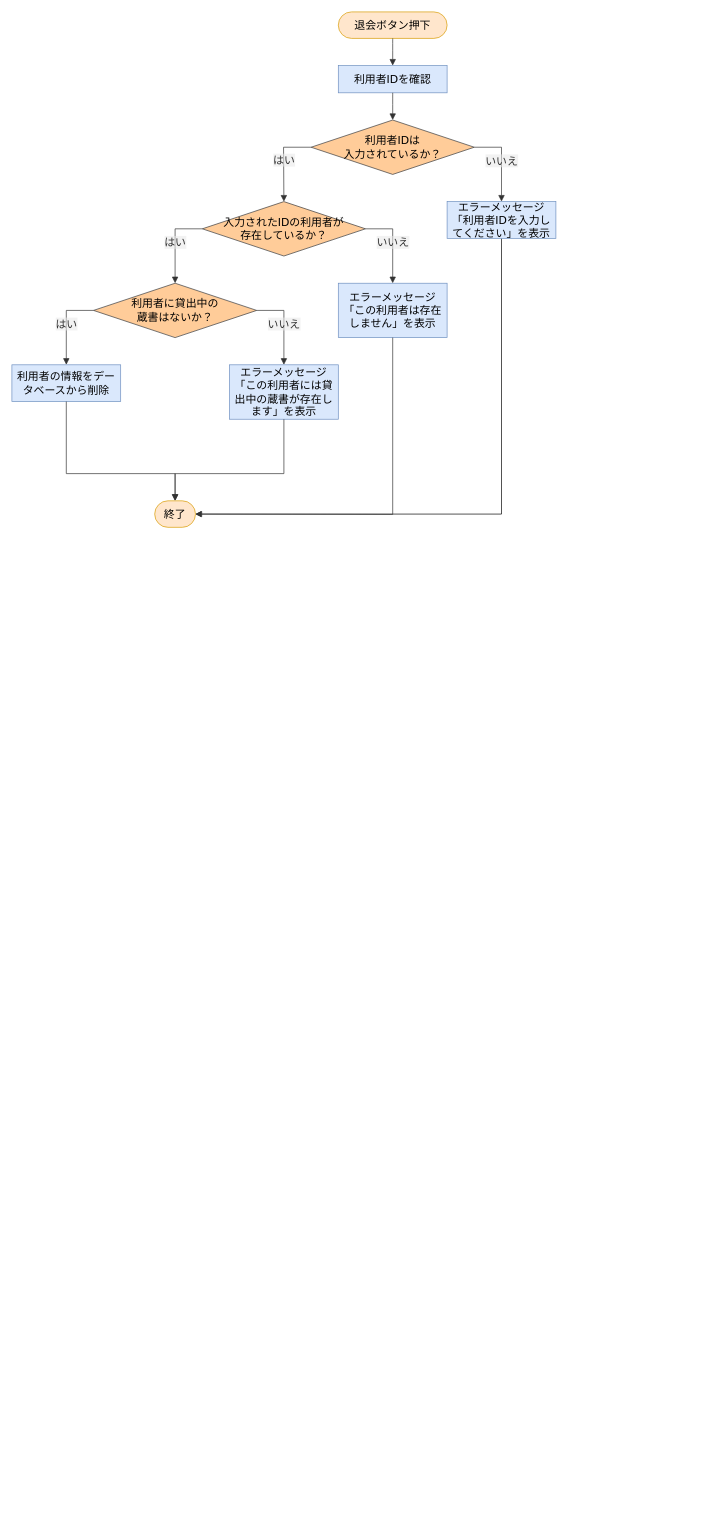
Before: 詳細設計書/7班/flowchart/利用者退会.drawio in rs002421-creator/-, a draw.io diagram. Source tidied: cells renumbered, new cells numbered last; positions are measured from the earlier drawing's top-left corner, leaving out a move shared by most shapes. Both pictures are drawn from the tidied source at 68%, with x=0, y=0 at pixel (12, 12).
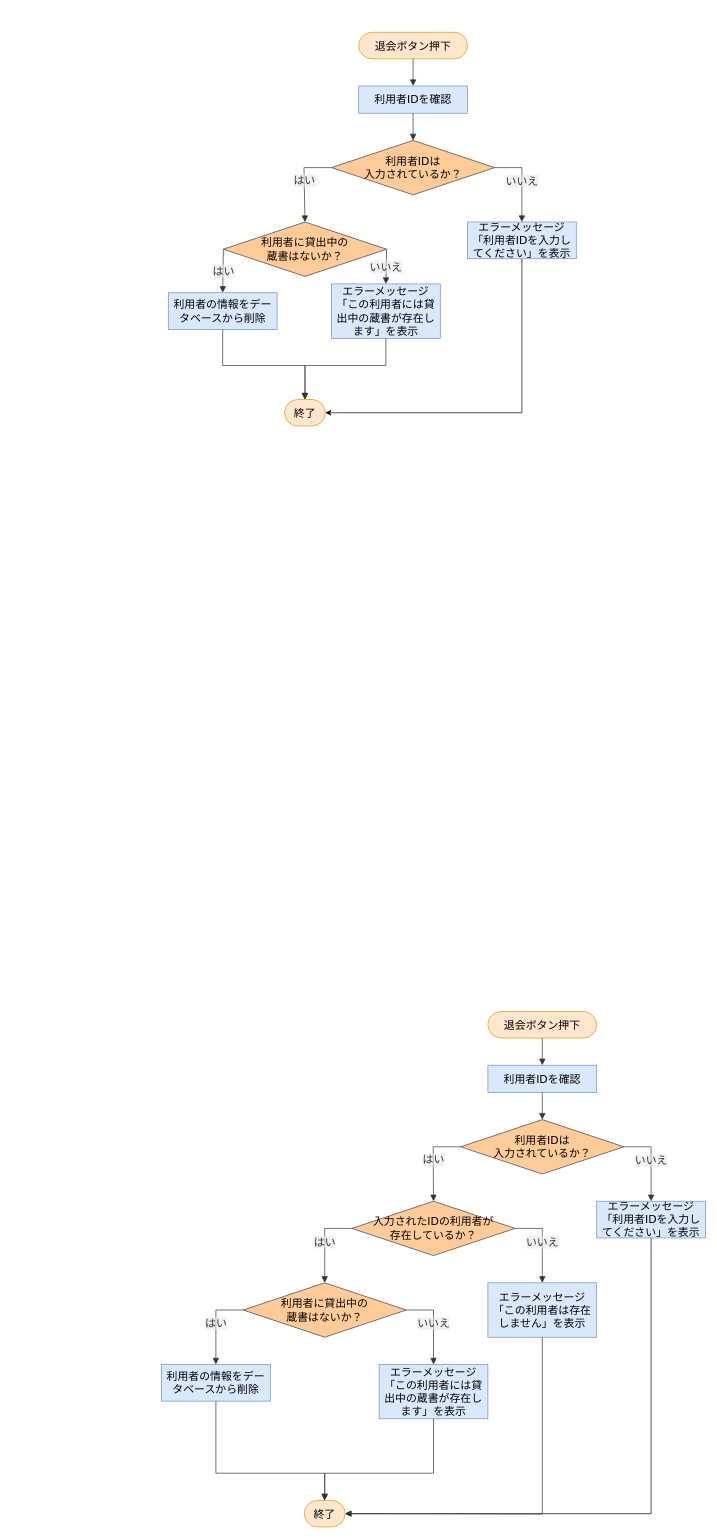
The same page after the edit.

Commit message (it also covers changes not shown here):
エラーコード作成

What changed in the source:
```diff
@@
+    <mxCell id="25" style="group;" parent="1" vertex="1">
+      <mxGeometry x="220" y="1470" width="800" height="758" as="geometry" />
+    </mxCell>
-    <mxCell id="2" value="退会ボタン押下" style="html=1;rounded=1;whiteSpace=wrap;arcSize=50;strokeWidth=1;fontFamily=Trebuchet MS,Verdana,Arial,sans-serif;fontSize=16;fillColor=#ffe6cc;strokeColor=#d79b00;" parent="1" vertex="1">
+    <mxCell id="2" value="退会ボタン押下" style="html=1;rounded=1;whiteSpace=wrap;arcSize=50;strokeWidth=1;fontFamily=Trebuchet MS,Verdana,Arial,sans-serif;fontSize=16;fillColor=#ffe6cc;strokeColor=#d79b00;" parent="25" vertex="1">
       <mxGeometry x="480" width="160" height="39" as="geometry" />
     </mxCell>
-    <mxCell id="3" value="利用者IDを確認" style="html=1;whiteSpace=wrap;strokeWidth=1;fillColor=#dae8fc;strokeColor=#6c8ebf;fontFamily=Trebuchet MS,Verdana,Arial,sans-serif;fontSize=16;" parent="1" vertex="1">
+    <mxCell id="3" value="利用者IDを確認" style="html=1;whiteSpace=wrap;strokeWidth=1;fillColor=#dae8fc;strokeColor=#6c8ebf;fontFamily=Trebuchet MS,Verdana,Arial,sans-serif;fontSize=16;" parent="25" vertex="1">
       <mxGeometry x="480" y="79" width="160" height="40" as="geometry" />
     </mxCell>
-    <mxCell id="4" value="利用者IDは&lt;div&gt;入力されているか？&lt;/div&gt;" style="rhombus;html=1;strokeWidth=1;whiteSpace=wrap;fillColor=#ffcc99;strokeColor=#36393d;fontFamily=Trebuchet MS,Verdana,Arial,sans-serif;fontSize=16;" parent="1" vertex="1">
+    <mxCell id="4" value="利用者IDは&lt;div&gt;入力されているか？&lt;/div&gt;" style="rhombus;html=1;strokeWidth=1;whiteSpace=wrap;fillColor=#ffcc99;strokeColor=#36393d;fontFamily=Trebuchet MS,Verdana,Arial,sans-serif;fontSize=16;" parent="25" vertex="1">
       <mxGeometry x="440" y="159" width="240" height="80" as="geometry" />
     </mxCell>
-    <mxCell id="5" value="入力されたIDの利用者が&lt;div&gt;存在しているか？&lt;/div&gt;" style="rhombus;html=1;strokeWidth=1;whiteSpace=wrap;fillColor=#ffcc99;strokeColor=#36393d;fontFamily=Trebuchet MS,Verdana,Arial,sans-serif;fontSize=16;" parent="1" vertex="1">
+    <mxCell id="5" value="入力されたIDの利用者が&lt;div&gt;存在しているか？&lt;/div&gt;" style="rhombus;html=1;strokeWidth=1;whiteSpace=wrap;fillColor=#ffcc99;strokeColor=#36393d;fontFamily=Trebuchet MS,Verdana,Arial,sans-serif;fontSize=16;" parent="25" vertex="1">
       <mxGeometry x="280" y="279" width="240" height="80" as="geometry" />
     </mxCell>
-    <mxCell id="6" style="edgeStyle=orthogonalEdgeStyle;rounded=0;jettySize=auto;html=1;entryX=1;entryY=0.5;entryDx=0;entryDy=0;" parent="1" edge="1" source="7" target="12">
+    <mxCell id="6" style="edgeStyle=orthogonalEdgeStyle;rounded=0;jettySize=auto;html=1;entryX=1;entryY=0.5;entryDx=0;entryDy=0;" parent="25" edge="1" source="7" target="12">
       <mxGeometry relative="1" as="geometry">
         <Array as="points">
           <mxPoint x="720" y="739" />
         </Array>
       </mxGeometry>
     </mxCell>
-    <mxCell id="7" value="エラーメッセージ「利用者IDを入力してください」を表示" style="html=1;whiteSpace=wrap;strokeWidth=1;fillColor=#dae8fc;strokeColor=#6c8ebf;fontFamily=Trebuchet MS,Verdana,Arial,sans-serif;fontSize=16;" parent="1" vertex="1">
+    <mxCell id="7" value="エラーメッセージ「利用者IDを入力してください」を表示" style="html=1;whiteSpace=wrap;strokeWidth=1;fillColor=#dae8fc;strokeColor=#6c8ebf;fontFamily=Trebuchet MS,Verdana,Arial,sans-serif;fontSize=16;" parent="25" vertex="1">
       <mxGeometry x="640" y="279" width="160" height="54" as="geometry" />
     </mxCell>
-    <mxCell id="8" value="利用者に貸出中の&lt;div&gt;蔵書はないか？&lt;/div&gt;" style="rhombus;html=1;strokeWidth=1;whiteSpace=wrap;fillColor=#ffcc99;strokeColor=#36393d;fontFamily=Trebuchet MS,Verdana,Arial,sans-serif;fontSize=16;" parent="1" vertex="1">
+    <mxCell id="8" value="利用者に貸出中の&lt;div&gt;蔵書はないか？&lt;/div&gt;" style="rhombus;html=1;strokeWidth=1;whiteSpace=wrap;fillColor=#ffcc99;strokeColor=#36393d;fontFamily=Trebuchet MS,Verdana,Arial,sans-serif;fontSize=16;" parent="25" vertex="1">
       <mxGeometry x="120" y="399" width="240" height="80" as="geometry" />
     </mxCell>
-    <mxCell id="9" value="エラーメッセージ「この利用者は存在しません」を表示" style="html=1;whiteSpace=wrap;strokeWidth=1;fillColor=#dae8fc;strokeColor=#6c8ebf;fontFamily=Trebuchet MS,Verdana,Arial,sans-serif;fontSize=16;" parent="1" vertex="1">
+    <mxCell id="9" value="エラーメッセージ「この利用者は存在しません」を表示" style="html=1;whiteSpace=wrap;strokeWidth=1;fillColor=#dae8fc;strokeColor=#6c8ebf;fontFamily=Trebuchet MS,Verdana,Arial,sans-serif;fontSize=16;" parent="25" vertex="1">
       <mxGeometry x="480" y="399" width="160" height="80" as="geometry" />
     </mxCell>
-    <mxCell id="10" value="利用者の情報をデータベースから削除" style="html=1;whiteSpace=wrap;strokeWidth=1;fillColor=#dae8fc;strokeColor=#6c8ebf;fontFamily=Trebuchet MS,Verdana,Arial,sans-serif;fontSize=16;" parent="1" vertex="1">
+    <mxCell id="10" value="利用者の情報をデータベースから削除" style="html=1;whiteSpace=wrap;strokeWidth=1;fillColor=#dae8fc;strokeColor=#6c8ebf;fontFamily=Trebuchet MS,Verdana,Arial,sans-serif;fontSize=16;" parent="25" vertex="1">
       <mxGeometry y="519" width="160" height="54" as="geometry" />
     </mxCell>
-    <mxCell id="11" value="エラーメッセージ「この利用者には貸出中の蔵書が存在します」を表示" style="html=1;whiteSpace=wrap;strokeWidth=1;fillColor=#dae8fc;strokeColor=#6c8ebf;fontFamily=Trebuchet MS,Verdana,Arial,sans-serif;fontSize=16;" parent="1" vertex="1">
+    <mxCell id="11" value="エラーメッセージ「この利用者には貸出中の蔵書が存在します」を表示" style="html=1;whiteSpace=wrap;strokeWidth=1;fillColor=#dae8fc;strokeColor=#6c8ebf;fontFamily=Trebuchet MS,Verdana,Arial,sans-serif;fontSize=16;" parent="25" vertex="1">
       <mxGeometry x="320" y="519" width="160" height="80" as="geometry" />
     </mxCell>
-    <mxCell id="12" value="終了" style="html=1;rounded=1;whiteSpace=wrap;arcSize=50;strokeWidth=1;fontFamily=Trebuchet MS,Verdana,Arial,sans-serif;fontSize=16;fillColor=#ffe6cc;strokeColor=#d79b00;" parent="1" vertex="1">
+    <mxCell id="12" value="終了" style="html=1;rounded=1;whiteSpace=wrap;arcSize=50;strokeWidth=1;fontFamily=Trebuchet MS,Verdana,Arial,sans-serif;fontSize=16;fillColor=#ffe6cc;strokeColor=#d79b00;" parent="25" vertex="1">
       <mxGeometry x="210" y="719" width="60" height="39" as="geometry" />
     </mxCell>
-    <mxCell id="13" style="curved=1;startArrow=none;endArrow=block;endSize=7;strokeColor=light-dark(#333333,#cccccc);entryX=0.5;entryY=0;rounded=0;" parent="1" edge="1" source="2" target="3">
+    <mxCell id="13" style="curved=1;startArrow=none;endArrow=block;endSize=7;strokeColor=light-dark(#333333,#cccccc);entryX=0.5;entryY=0;rounded=0;" parent="25" edge="1" source="2" target="3">
       <mxGeometry relative="1" as="geometry" />
     </mxCell>
-    <mxCell id="14" style="curved=1;startArrow=none;endArrow=block;endSize=7;strokeColor=light-dark(#333333,#cccccc);exitX=0.5;exitY=1;entryX=0.5;entryY=0;rounded=0;" parent="1" edge="1" source="3" target="4">
+    <mxCell id="14" style="curved=1;startArrow=none;endArrow=block;endSize=7;strokeColor=light-dark(#333333,#cccccc);exitX=0.5;exitY=1;entryX=0.5;entryY=0;rounded=0;" parent="25" edge="1" source="3" target="4">
       <mxGeometry relative="1" as="geometry" />
     </mxCell>
-    <mxCell id="15" value="はい" style="curved=0;startArrow=none;endArrow=block;endSize=7;strokeColor=light-dark(#333333,#cccccc);html=1;fontSize=16;labelBackgroundColor=light-dark(#E8E8E88D,#2a2a2a8D);fontFamily=Trebuchet MS,Verdana,Arial,sans-serif;fontColor=light-dark(#333333,#cccccc);exitX=0;exitY=0.5;entryX=0.5;entryY=0;rounded=0;exitDx=0;exitDy=0;" parent="1" edge="1" source="4" target="5">
+    <mxCell id="15" value="はい" style="curved=0;startArrow=none;endArrow=block;endSize=7;strokeColor=light-dark(#333333,#cccccc);html=1;fontSize=16;labelBackgroundColor=light-dark(#E8E8E88D,#2a2a2a8D);fontFamily=Trebuchet MS,Verdana,Arial,sans-serif;fontColor=light-dark(#333333,#cccccc);exitX=0;exitY=0.5;entryX=0.5;entryY=0;rounded=0;exitDx=0;exitDy=0;" parent="25" edge="1" source="4" target="5">
       <mxGeometry relative="1" as="geometry">
         <Array as="points">
           <mxPoint x="399.5" y="199" />
         </Array>
       </mxGeometry>
     </mxCell>
-    <mxCell id="16" value="いいえ" style="curved=0;startArrow=none;endArrow=block;endSize=7;strokeColor=light-dark(#333333,#cccccc);html=1;fontSize=16;labelBackgroundColor=light-dark(#E8E8E88D,#2a2a2a8D);fontFamily=Trebuchet MS,Verdana,Arial,sans-serif;fontColor=light-dark(#333333,#cccccc);exitX=1;exitY=0.5;entryX=0.5;entryY=0;rounded=0;exitDx=0;exitDy=0;" parent="1" edge="1" source="4" target="7">
+    <mxCell id="16" value="いいえ" style="curved=0;startArrow=none;endArrow=block;endSize=7;strokeColor=light-dark(#333333,#cccccc);html=1;fontSize=16;labelBackgroundColor=light-dark(#E8E8E88D,#2a2a2a8D);fontFamily=Trebuchet MS,Verdana,Arial,sans-serif;fontColor=light-dark(#333333,#cccccc);exitX=1;exitY=0.5;entryX=0.5;entryY=0;rounded=0;exitDx=0;exitDy=0;" parent="25" edge="1" source="4" target="7">
       <mxGeometry relative="1" as="geometry">
         <Array as="points">
           <mxPoint x="720" y="199" />
         </Array>
       </mxGeometry>
     </mxCell>
-    <mxCell id="17" value="はい" style="curved=0;startArrow=none;endArrow=block;endSize=7;strokeColor=light-dark(#333333,#cccccc);html=1;fontSize=16;labelBackgroundColor=light-dark(#E8E8E88D,#2a2a2a8D);fontFamily=Trebuchet MS,Verdana,Arial,sans-serif;fontColor=light-dark(#333333,#cccccc);exitX=0;exitY=0.5;entryX=0.5;entryY=0;rounded=0;exitDx=0;exitDy=0;" parent="1" edge="1" source="5" target="8">
+    <mxCell id="17" value="はい" style="curved=0;startArrow=none;endArrow=block;endSize=7;strokeColor=light-dark(#333333,#cccccc);html=1;fontSize=16;labelBackgroundColor=light-dark(#E8E8E88D,#2a2a2a8D);fontFamily=Trebuchet MS,Verdana,Arial,sans-serif;fontColor=light-dark(#333333,#cccccc);exitX=0;exitY=0.5;entryX=0.5;entryY=0;rounded=0;exitDx=0;exitDy=0;" parent="25" edge="1" source="5" target="8">
       <mxGeometry relative="1" as="geometry">
         <Array as="points">
           <mxPoint x="240" y="319" />
         </Array>
       </mxGeometry>
     </mxCell>
-    <mxCell id="18" value="いいえ" style="curved=0;startArrow=none;endArrow=block;endSize=7;strokeColor=light-dark(#333333,#cccccc);html=1;fontSize=16;labelBackgroundColor=light-dark(#E8E8E88D,#2a2a2a8D);fontFamily=Trebuchet MS,Verdana,Arial,sans-serif;fontColor=light-dark(#333333,#cccccc);exitX=1;exitY=0.5;entryX=0.5;entryY=0;rounded=0;exitDx=0;exitDy=0;" parent="1" edge="1" source="5" target="9">
+    <mxCell id="18" value="いいえ" style="curved=0;startArrow=none;endArrow=block;endSize=7;strokeColor=light-dark(#333333,#cccccc);html=1;fontSize=16;labelBackgroundColor=light-dark(#E8E8E88D,#2a2a2a8D);fontFamily=Trebuchet MS,Verdana,Arial,sans-serif;fontColor=light-dark(#333333,#cccccc);exitX=1;exitY=0.5;entryX=0.5;entryY=0;rounded=0;exitDx=0;exitDy=0;" parent="25" edge="1" source="5" target="9">
       <mxGeometry relative="1" as="geometry">
         <Array as="points">
           <mxPoint x="560" y="319" />
         </Array>
       </mxGeometry>
     </mxCell>
-    <mxCell id="19" value="はい" style="curved=0;startArrow=none;endArrow=block;endSize=7;strokeColor=light-dark(#333333,#cccccc);html=1;fontSize=16;labelBackgroundColor=light-dark(#E8E8E88D,#2a2a2a8D);fontFamily=Trebuchet MS,Verdana,Arial,sans-serif;fontColor=light-dark(#333333,#cccccc);exitX=0;exitY=0.5;entryX=0.5;entryY=0;rounded=0;exitDx=0;exitDy=0;" parent="1" edge="1" source="8" target="10">
+    <mxCell id="19" value="はい" style="curved=0;startArrow=none;endArrow=block;endSize=7;strokeColor=light-dark(#333333,#cccccc);html=1;fontSize=16;labelBackgroundColor=light-dark(#E8E8E88D,#2a2a2a8D);fontFamily=Trebuchet MS,Verdana,Arial,sans-serif;fontColor=light-dark(#333333,#cccccc);exitX=0;exitY=0.5;entryX=0.5;entryY=0;rounded=0;exitDx=0;exitDy=0;" parent="25" edge="1" source="8" target="10">
       <mxGeometry relative="1" as="geometry">
         <Array as="points">
           <mxPoint x="80" y="439" />
         </Array>
       </mxGeometry>
     </mxCell>
-    <mxCell id="20" value="いいえ" style="curved=0;startArrow=none;endArrow=block;endSize=7;strokeColor=light-dark(#333333,#cccccc);html=1;fontSize=16;labelBackgroundColor=light-dark(#E8E8E88D,#2a2a2a8D);fontFamily=Trebuchet MS,Verdana,Arial,sans-serif;fontColor=light-dark(#333333,#cccccc);exitX=1;exitY=0.5;entryX=0.5;entryY=0;rounded=0;exitDx=0;exitDy=0;" parent="1" edge="1" source="8" target="11">
+    <mxCell id="20" value="いいえ" style="curved=0;startArrow=none;endArrow=block;endSize=7;strokeColor=light-dark(#333333,#cccccc);html=1;fontSize=16;labelBackgroundColor=light-dark(#E8E8E88D,#2a2a2a8D);fontFamily=Trebuchet MS,Verdana,Arial,sans-serif;fontColor=light-dark(#333333,#cccccc);exitX=1;exitY=0.5;entryX=0.5;entryY=0;rounded=0;exitDx=0;exitDy=0;" parent="25" edge="1" source="8" target="11">
       <mxGeometry relative="1" as="geometry">
         <Array as="points">
           <mxPoint x="400" y="439" />
         </Array>
       </mxGeometry>
     </mxCell>
-    <mxCell id="21" style="curved=0;startArrow=none;endArrow=block;endSize=7;strokeColor=light-dark(#333333,#cccccc);exitX=0.5;exitY=1;rounded=0;entryX=0.5;entryY=0;entryDx=0;entryDy=0;" parent="1" edge="1" source="10" target="12">
+    <mxCell id="21" style="curved=0;startArrow=none;endArrow=block;endSize=7;strokeColor=light-dark(#333333,#cccccc);exitX=0.5;exitY=1;rounded=0;entryX=0.5;entryY=0;entryDx=0;entryDy=0;" parent="25" edge="1" source="10" target="12">
       <mxGeometry relative="1" as="geometry">
         <Array as="points">
           <mxPoint x="80" y="679" />
           <mxPoint x="240" y="679" />
         </Array>
       </mxGeometry>
     </mxCell>
-    <mxCell id="22" style="curved=0;startArrow=none;endArrow=block;endSize=7;strokeColor=none;exitX=0.5;exitY=1;entryX=1;entryY=0.46;rounded=0;" parent="1" edge="1" source="7" target="12">
+    <mxCell id="22" style="curved=0;startArrow=none;endArrow=block;endSize=7;strokeColor=none;exitX=0.5;exitY=1;entryX=1;entryY=0.46;rounded=0;" parent="25" edge="1" source="7" target="12">
       <mxGeometry relative="1" as="geometry">
         <Array as="points">
           <mxPoint x="720" y="736.9" />
         </Array>
       </mxGeometry>
     </mxCell>
-    <mxCell id="23" style="curved=0;startArrow=none;endArrow=block;endSize=7;strokeColor=light-dark(#333333,#cccccc);exitX=0.5;exitY=1;entryX=1;entryY=0.5;rounded=0;entryDx=0;entryDy=0;" parent="1" edge="1" source="9" target="12">
+    <mxCell id="23" style="curved=0;startArrow=none;endArrow=block;endSize=7;strokeColor=light-dark(#333333,#cccccc);exitX=0.5;exitY=1;entryX=1;entryY=0.5;rounded=0;entryDx=0;entryDy=0;" parent="25" edge="1" source="9" target="12">
       <mxGeometry relative="1" as="geometry">
         <Array as="points">
           <mxPoint x="560" y="739" />
         </Array>
       </mxGeometry>
     </mxCell>
-    <mxCell id="24" style="curved=0;startArrow=none;endArrow=block;endSize=7;strokeColor=light-dark(#333333,#cccccc);exitX=0.5;exitY=1;entryX=0.5;entryY=0;rounded=0;entryDx=0;entryDy=0;" parent="1" edge="1" source="11" target="12">
+    <mxCell id="24" style="curved=0;startArrow=none;endArrow=block;endSize=7;strokeColor=light-dark(#333333,#cccccc);exitX=0.5;exitY=1;entryX=0.5;entryY=0;rounded=0;entryDx=0;entryDy=0;" parent="25" edge="1" source="11" target="12">
       <mxGeometry relative="1" as="geometry">
         <Array as="points">
           <mxPoint x="400" y="679" />
           <mxPoint x="240" y="679" />
         </Array>
       </mxGeometry>
     </mxCell>
+    <mxCell id="26" value="退会ボタン押下" style="html=1;rounded=1;whiteSpace=wrap;arcSize=50;strokeWidth=1;fontFamily=Trebuchet MS,Verdana,Arial,sans-serif;fontSize=16;fillColor=#ffe6cc;strokeColor=#d79b00;" parent="1" vertex="1">
+      <mxGeometry x="510" y="30" width="160" height="39" as="geometry" />
+    </mxCell>
+    <mxCell id="27" value="利用者IDを確認" style="html=1;whiteSpace=wrap;strokeWidth=1;fillColor=#dae8fc;strokeColor=#6c8ebf;fontFamily=Trebuchet MS,Verdana,Arial,sans-serif;fontSize=16;" parent="1" vertex="1">
+      <mxGeometry x="510" y="109" width="160" height="40" as="geometry" />
+    </mxCell>
+    <mxCell id="28" value="利用者IDは&lt;div&gt;入力されているか？&lt;/div&gt;" style="rhombus;html=1;strokeWidth=1;whiteSpace=wrap;fillColor=#ffcc99;strokeColor=#36393d;fontFamily=Trebuchet MS,Verdana,Arial,sans-serif;fontSize=16;" parent="1" vertex="1">
+      <mxGeometry x="470" y="189" width="240" height="80" as="geometry" />
+    </mxCell>
+    <mxCell id="29" style="edgeStyle=orthogonalEdgeStyle;rounded=0;jettySize=auto;html=1;entryX=1;entryY=0.5;entryDx=0;entryDy=0;" parent="1" edge="1" source="30" target="42">
+      <mxGeometry relative="1" as="geometry">
+        <Array as="points">
+          <mxPoint x="750" y="590" />
+        </Array>
+      </mxGeometry>
+    </mxCell>
+    <mxCell id="30" value="エラーメッセージ「利用者IDを入力してください」を表示" style="html=1;whiteSpace=wrap;strokeWidth=1;fillColor=#dae8fc;strokeColor=#6c8ebf;fontFamily=Trebuchet MS,Verdana,Arial,sans-serif;fontSize=16;" parent="1" vertex="1">
+      <mxGeometry x="670" y="309" width="160" height="54" as="geometry" />
+    </mxCell>
+    <mxCell id="31" value="利用者に貸出中の&lt;div&gt;蔵書はないか？&lt;/div&gt;" style="rhombus;html=1;strokeWidth=1;whiteSpace=wrap;fillColor=#ffcc99;strokeColor=#36393d;fontFamily=Trebuchet MS,Verdana,Arial,sans-serif;fontSize=16;" parent="1" vertex="1">
+      <mxGeometry x="311" y="309" width="240" height="80" as="geometry" />
+    </mxCell>
+    <mxCell id="32" value="利用者の情報をデータベースから削除" style="html=1;whiteSpace=wrap;strokeWidth=1;fillColor=#dae8fc;strokeColor=#6c8ebf;fontFamily=Trebuchet MS,Verdana,Arial,sans-serif;fontSize=16;" parent="1" vertex="1">
+      <mxGeometry x="230" y="413" width="160" height="54" as="geometry" />
+    </mxCell>
+    <mxCell id="33" value="エラーメッセージ「この利用者には貸出中の蔵書が存在します」を表示" style="html=1;whiteSpace=wrap;strokeWidth=1;fillColor=#dae8fc;strokeColor=#6c8ebf;fontFamily=Trebuchet MS,Verdana,Arial,sans-serif;fontSize=16;" parent="1" vertex="1">
+      <mxGeometry x="470" y="400" width="160" height="80" as="geometry" />
+    </mxCell>
+    <mxCell id="34" style="curved=1;startArrow=none;endArrow=block;endSize=7;strokeColor=light-dark(#333333,#cccccc);entryX=0.5;entryY=0;rounded=0;" parent="1" edge="1" source="26" target="27">
+      <mxGeometry relative="1" as="geometry" />
+    </mxCell>
+    <mxCell id="35" style="curved=1;startArrow=none;endArrow=block;endSize=7;strokeColor=light-dark(#333333,#cccccc);exitX=0.5;exitY=1;entryX=0.5;entryY=0;rounded=0;" parent="1" edge="1" source="27" target="28">
+      <mxGeometry relative="1" as="geometry" />
+    </mxCell>
+    <mxCell id="36" value="はい" style="curved=0;startArrow=none;endArrow=block;endSize=7;strokeColor=light-dark(#333333,#cccccc);html=1;fontSize=16;labelBackgroundColor=light-dark(#E8E8E88D,#2a2a2a8D);fontFamily=Trebuchet MS,Verdana,Arial,sans-serif;fontColor=light-dark(#333333,#cccccc);exitX=0;exitY=0.5;entryX=0.5;entryY=0;rounded=0;exitDx=0;exitDy=0;entryDx=0;entryDy=0;" parent="1" edge="1" source="28" target="31">
+      <mxGeometry relative="1" as="geometry">
+        <Array as="points">
+          <mxPoint x="429.5" y="229" />
+        </Array>
+      </mxGeometry>
+    </mxCell>
+    <mxCell id="37" value="いいえ" style="curved=0;startArrow=none;endArrow=block;endSize=7;strokeColor=light-dark(#333333,#cccccc);html=1;fontSize=16;labelBackgroundColor=light-dark(#E8E8E88D,#2a2a2a8D);fontFamily=Trebuchet MS,Verdana,Arial,sans-serif;fontColor=light-dark(#333333,#cccccc);exitX=1;exitY=0.5;entryX=0.5;entryY=0;rounded=0;exitDx=0;exitDy=0;" parent="1" edge="1" source="28" target="30">
+      <mxGeometry relative="1" as="geometry">
+        <Array as="points">
+          <mxPoint x="750" y="229" />
+        </Array>
+      </mxGeometry>
+    </mxCell>
+    <mxCell id="38" value="はい" style="curved=0;startArrow=none;endArrow=block;endSize=7;strokeColor=light-dark(#333333,#cccccc);html=1;fontSize=16;labelBackgroundColor=light-dark(#E8E8E88D,#2a2a2a8D);fontFamily=Trebuchet MS,Verdana,Arial,sans-serif;fontColor=light-dark(#333333,#cccccc);exitX=0;exitY=0.5;entryX=0.5;entryY=0;rounded=0;exitDx=0;exitDy=0;" parent="1" edge="1" source="31" target="32">
+      <mxGeometry relative="1" as="geometry" />
+    </mxCell>
+    <mxCell id="39" value="いいえ" style="curved=0;startArrow=none;endArrow=block;endSize=7;strokeColor=light-dark(#333333,#cccccc);html=1;fontSize=16;labelBackgroundColor=light-dark(#E8E8E88D,#2a2a2a8D);fontFamily=Trebuchet MS,Verdana,Arial,sans-serif;fontColor=light-dark(#333333,#cccccc);exitX=1;exitY=0.5;entryX=0.5;entryY=0;rounded=0;exitDx=0;exitDy=0;" parent="1" edge="1" source="31" target="33">
+      <mxGeometry relative="1" as="geometry" />
+    </mxCell>
+    <mxCell id="40" style="curved=0;startArrow=none;endArrow=block;endSize=7;strokeColor=light-dark(#333333,#cccccc);exitX=0.5;exitY=1;rounded=0;entryX=0.5;entryY=0;entryDx=0;entryDy=0;" parent="1" edge="1" source="32" target="42">
+      <mxGeometry relative="1" as="geometry">
+        <Array as="points">
+          <mxPoint x="310" y="520" />
+          <mxPoint x="431" y="520" />
+        </Array>
+      </mxGeometry>
+    </mxCell>
+    <mxCell id="41" style="curved=0;startArrow=none;endArrow=block;endSize=7;strokeColor=light-dark(#333333,#cccccc);exitX=0.5;exitY=1;entryX=0.5;entryY=0;rounded=0;entryDx=0;entryDy=0;" parent="1" edge="1" source="33" target="42">
+      <mxGeometry relative="1" as="geometry">
+        <Array as="points">
+          <mxPoint x="550" y="520" />
+          <mxPoint x="431" y="520" />
+        </Array>
+      </mxGeometry>
+    </mxCell>
+    <mxCell id="42" value="終了" style="html=1;rounded=1;whiteSpace=wrap;arcSize=50;strokeWidth=1;fontFamily=Trebuchet MS,Verdana,Arial,sans-serif;fontSize=16;fillColor=#ffe6cc;strokeColor=#d79b00;" parent="1" vertex="1">
+      <mxGeometry x="401" y="570" width="60" height="39" as="geometry" />
+    </mxCell>
```
